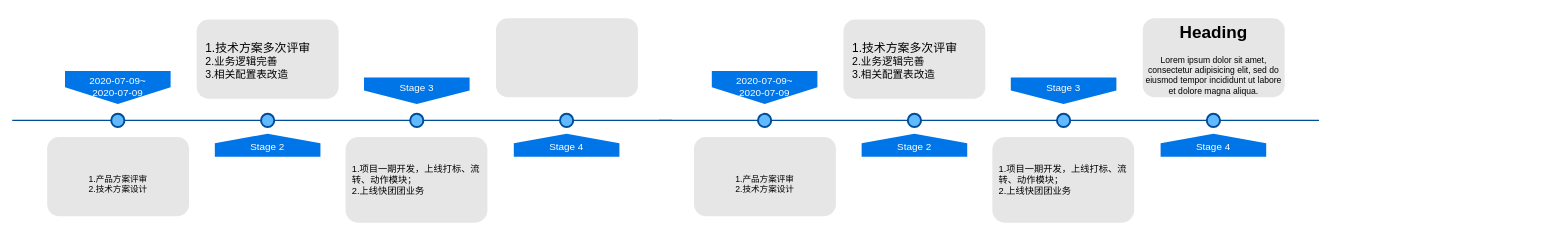
Above: 架构设计/项目周期图.drawio in haiyunzhu/javaKnowledge (draw.io), before the change. Source tidied: cells renumbered, new cells numbered last; positions are measured from the earlier drawing's top-left corner, leaving out a move shared by most shapes. Both pictures are drawn from the tidied source at 66%, with x=0, y=0 at pixel (12, 18).
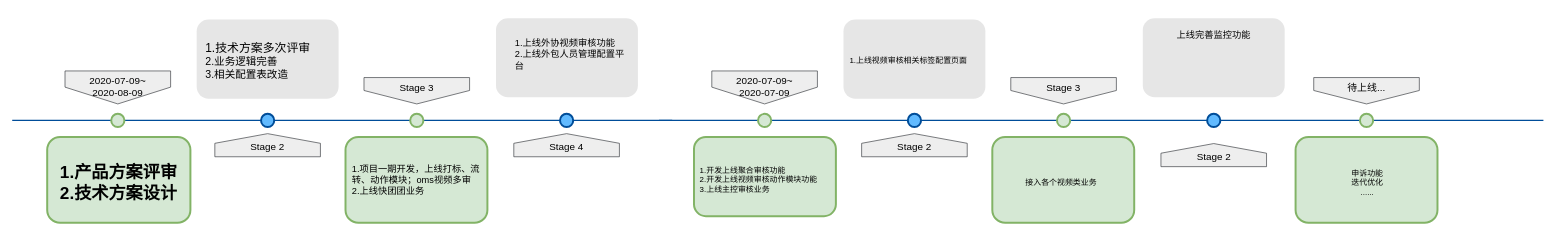
The same page after the edit.

Commit message:
项目周期图.drawio

Diff of the diagram source:
```diff
@@
-    <mxCell id="3" value="2020-07-09~&lt;br&gt;2020-07-09" style="shape=offPageConnector;whiteSpace=wrap;html=1;fillColor=#0075E8;fontSize=15;fontColor=#FFFFFF;size=0.5093750000000015;verticalAlign=top;strokeColor=none;" parent="1" vertex="1">
+    <mxCell id="3" value="2020-07-09~&lt;br&gt;2020-08-09" style="shape=offPageConnector;whiteSpace=wrap;html=1;fillColor=#eeeeee;fontSize=15;size=0.5093750000000015;verticalAlign=top;strokeColor=#36393d;" parent="1" vertex="1">
       <mxGeometry x="80" y="80" width="160" height="50" as="geometry" />
     </mxCell>
-    <mxCell id="4" value="&lt;span&gt;Stage 3&lt;/span&gt;" style="shape=offPageConnector;whiteSpace=wrap;html=1;fillColor=#0075E8;fontSize=15;fontColor=#FFFFFF;size=0.5093750000000015;verticalAlign=top;strokeColor=none;" parent="1" vertex="1">
+    <mxCell id="4" value="&lt;span&gt;Stage 3&lt;/span&gt;" style="shape=offPageConnector;whiteSpace=wrap;html=1;fillColor=#eeeeee;fontSize=15;size=0.5093750000000015;verticalAlign=top;strokeColor=#36393d;" parent="1" vertex="1">
       <mxGeometry x="533" y="90" width="160" height="40" as="geometry" />
     </mxCell>
-    <mxCell id="5" value="&lt;span&gt;Stage 2&lt;/span&gt;" style="shape=offPageConnector;whiteSpace=wrap;html=1;fillColor=#0075E8;fontSize=15;fontColor=#FFFFFF;size=0.4178571428571445;flipV=1;verticalAlign=bottom;strokeColor=none;spacingBottom=4;" parent="1" vertex="1">
+    <mxCell id="5" value="&lt;span&gt;Stage 2&lt;/span&gt;" style="shape=offPageConnector;whiteSpace=wrap;html=1;fillColor=#eeeeee;fontSize=15;size=0.4178571428571445;flipV=1;verticalAlign=bottom;strokeColor=#36393d;spacingBottom=4;" parent="1" vertex="1">
       <mxGeometry x="307" y="175" width="160" height="35" as="geometry" />
     </mxCell>
-    <mxCell id="6" value="&lt;span&gt;Stage 4&lt;/span&gt;" style="shape=offPageConnector;whiteSpace=wrap;html=1;fillColor=#0075E8;fontSize=15;fontColor=#FFFFFF;size=0.4178571428571445;flipV=1;verticalAlign=bottom;strokeColor=none;spacingBottom=4;" parent="1" vertex="1">
+    <mxCell id="6" value="&lt;span&gt;Stage 4&lt;/span&gt;" style="shape=offPageConnector;whiteSpace=wrap;html=1;fillColor=#eeeeee;fontSize=15;size=0.4178571428571445;flipV=1;verticalAlign=bottom;strokeColor=#36393d;spacingBottom=4;" parent="1" vertex="1">
       <mxGeometry x="760" y="175" width="160" height="35" as="geometry" />
     </mxCell>
-    <mxCell id="7" style="ellipse;whiteSpace=wrap;html=1;fillColor=#61BAFF;fontSize=28;fontColor=#004D99;strokeWidth=3;strokeColor=#004D99;" parent="1" vertex="1">
+    <mxCell id="7" style="ellipse;whiteSpace=wrap;html=1;fillColor=#d5e8d4;fontSize=28;strokeWidth=3;strokeColor=#82b366;" parent="1" vertex="1">
       <mxGeometry x="150" y="145" width="20" height="20" as="geometry" />
     </mxCell>
@@
-    <mxCell id="9" style="ellipse;whiteSpace=wrap;html=1;fillColor=#61BAFF;fontSize=28;fontColor=#004D99;strokeWidth=3;strokeColor=#004D99;" parent="1" vertex="1">
+    <mxCell id="9" style="ellipse;whiteSpace=wrap;html=1;fillColor=#d5e8d4;fontSize=28;strokeWidth=3;strokeColor=#82b366;" parent="1" vertex="1">
       <mxGeometry x="603" y="145" width="20" height="20" as="geometry" />
     </mxCell>
@@
-    <mxCell id="11" value="&lt;h1&gt;&lt;br&gt;&lt;/h1&gt;&lt;div&gt;1.产品方案评审&lt;/div&gt;&lt;div&gt;2.技术方案设计&lt;/div&gt;&lt;div&gt;&lt;br&gt;&lt;/div&gt;" style="text;html=1;spacing=5;spacingTop=-20;whiteSpace=wrap;overflow=hidden;strokeColor=none;strokeWidth=3;fillColor=#E6E6E6;fontSize=13;fontColor=#000000;align=center;rounded=1;" parent="1" vertex="1">
-      <mxGeometry x="53" y="180" width="215" height="120" as="geometry" />
+    <mxCell id="11" value="&lt;h1&gt;&lt;div&gt;&lt;br&gt;&lt;/div&gt;&lt;div&gt;1.产品方案评审&lt;/div&gt;&lt;div&gt;2.技术方案设计&lt;/div&gt;&lt;/h1&gt;" style="text;html=1;spacing=5;spacingTop=-20;whiteSpace=wrap;overflow=hidden;strokeColor=#82b366;strokeWidth=3;fillColor=#d5e8d4;fontSize=13;align=center;rounded=1;" parent="1" vertex="1">
+      <mxGeometry x="53" y="180" width="217" height="130" as="geometry" />
     </mxCell>
-    <mxCell id="12" value="&lt;h1&gt;&lt;br&gt;&lt;/h1&gt;" style="text;html=1;spacing=5;spacingTop=-20;whiteSpace=wrap;overflow=hidden;strokeColor=none;strokeWidth=3;fillColor=#E6E6E6;fontSize=13;fontColor=#000000;align=center;rounded=1;" parent="1" vertex="1">
+    <mxCell id="12" value="&lt;h1&gt;&lt;br&gt;&lt;/h1&gt;" style="text;html=1;spacing=5;spacingTop=-20;whiteSpace=wrap;overflow=hidden;strokeColor=#82b366;strokeWidth=3;fillColor=#d5e8d4;fontSize=13;align=center;rounded=1;" parent="1" vertex="1">
       <mxGeometry x="505" y="180" width="215" height="130" as="geometry" />
     </mxCell>
@@
-    <mxCell id="14" value="&lt;font style=&quot;font-size: 14px&quot;&gt;1.项目一期开发，上线打标、流转、动作模块；&lt;br&gt;2.上线快团团业务&lt;/font&gt;" style="text;html=1;strokeColor=none;fillColor=none;align=left;verticalAlign=middle;whiteSpace=wrap;rounded=0;" parent="1" vertex="1">
+    <mxCell id="14" value="&lt;font style=&quot;font-size: 14px&quot;&gt;1.项目一期开发，上线打标、流转、动作模块；oms视频多审&lt;br&gt;2.上线快团团业务&lt;/font&gt;" style="text;html=1;strokeColor=none;fillColor=none;align=left;verticalAlign=middle;whiteSpace=wrap;rounded=0;" parent="1" vertex="1">
       <mxGeometry x="512.5" y="190" width="197.5" height="110" as="geometry" />
     </mxCell>
@@
     <mxCell id="17" style="line;strokeWidth=2;html=1;fillColor=none;fontSize=28;fontColor=#004D99;strokeColor=#004D99;" parent="1" vertex="1">
-      <mxGeometry x="980" y="150" width="1000" height="10" as="geometry" />
+      <mxGeometry x="980" y="150" width="1340" height="10" as="geometry" />
     </mxCell>
-    <mxCell id="18" value="2020-07-09~&lt;br&gt;2020-07-09" style="shape=offPageConnector;whiteSpace=wrap;html=1;fillColor=#0075E8;fontSize=15;fontColor=#FFFFFF;size=0.5093750000000015;verticalAlign=top;strokeColor=none;" parent="1" vertex="1">
+    <mxCell id="18" value="2020-07-09~&lt;br&gt;2020-07-09" style="shape=offPageConnector;whiteSpace=wrap;html=1;fillColor=#eeeeee;fontSize=15;size=0.5093750000000015;verticalAlign=top;strokeColor=#36393d;" parent="1" vertex="1">
       <mxGeometry x="1060" y="80" width="160" height="50" as="geometry" />
     </mxCell>
-    <mxCell id="19" value="&lt;span&gt;Stage 3&lt;/span&gt;" style="shape=offPageConnector;whiteSpace=wrap;html=1;fillColor=#0075E8;fontSize=15;fontColor=#FFFFFF;size=0.5093750000000015;verticalAlign=top;strokeColor=none;" parent="1" vertex="1">
+    <mxCell id="19" value="&lt;span&gt;Stage 3&lt;/span&gt;" style="shape=offPageConnector;whiteSpace=wrap;html=1;fillColor=#eeeeee;fontSize=15;size=0.5093750000000015;verticalAlign=top;strokeColor=#36393d;" parent="1" vertex="1">
       <mxGeometry x="1513" y="90" width="160" height="40" as="geometry" />
     </mxCell>
-    <mxCell id="20" value="&lt;span&gt;Stage 2&lt;/span&gt;" style="shape=offPageConnector;whiteSpace=wrap;html=1;fillColor=#0075E8;fontSize=15;fontColor=#FFFFFF;size=0.4178571428571445;flipV=1;verticalAlign=bottom;strokeColor=none;spacingBottom=4;" parent="1" vertex="1">
+    <mxCell id="20" value="&lt;span&gt;Stage 2&lt;/span&gt;" style="shape=offPageConnector;whiteSpace=wrap;html=1;fillColor=#eeeeee;fontSize=15;size=0.4178571428571445;flipV=1;verticalAlign=bottom;strokeColor=#36393d;spacingBottom=4;" parent="1" vertex="1">
       <mxGeometry x="1287" y="175" width="160" height="35" as="geometry" />
     </mxCell>
-    <mxCell id="21" value="&lt;span&gt;Stage 4&lt;/span&gt;" style="shape=offPageConnector;whiteSpace=wrap;html=1;fillColor=#0075E8;fontSize=15;fontColor=#FFFFFF;size=0.4178571428571445;flipV=1;verticalAlign=bottom;strokeColor=none;spacingBottom=4;" parent="1" vertex="1">
-      <mxGeometry x="1740" y="175" width="160" height="35" as="geometry" />
-    </mxCell>
-    <mxCell id="22" style="ellipse;whiteSpace=wrap;html=1;fillColor=#61BAFF;fontSize=28;fontColor=#004D99;strokeWidth=3;strokeColor=#004D99;" parent="1" vertex="1">
+    <mxCell id="22" style="ellipse;whiteSpace=wrap;html=1;fillColor=#d5e8d4;fontSize=28;strokeWidth=3;strokeColor=#82b366;" parent="1" vertex="1">
       <mxGeometry x="1130" y="145" width="20" height="20" as="geometry" />
     </mxCell>
@@
-    <mxCell id="24" style="ellipse;whiteSpace=wrap;html=1;fillColor=#61BAFF;fontSize=28;fontColor=#004D99;strokeWidth=3;strokeColor=#004D99;" parent="1" vertex="1">
+    <mxCell id="24" style="ellipse;whiteSpace=wrap;html=1;fillColor=#d5e8d4;fontSize=28;strokeWidth=3;strokeColor=#82b366;" parent="1" vertex="1">
       <mxGeometry x="1583" y="145" width="20" height="20" as="geometry" />
     </mxCell>
-    <mxCell id="25" style="ellipse;whiteSpace=wrap;html=1;fillColor=#61BAFF;fontSize=28;fontColor=#004D99;strokeWidth=3;strokeColor=#004D99;" parent="1" vertex="1">
-      <mxGeometry x="1810" y="145" width="20" height="20" as="geometry" />
+    <mxCell id="25" style="ellipse;whiteSpace=wrap;html=1;fillColor=#d5e8d4;fontSize=28;strokeWidth=3;strokeColor=#82b366;" parent="1" vertex="1">
+      <mxGeometry x="2042" y="145" width="20" height="20" as="geometry" />
     </mxCell>
-    <mxCell id="26" value="&lt;h1&gt;&lt;br&gt;&lt;/h1&gt;&lt;div&gt;1.产品方案评审&lt;/div&gt;&lt;div&gt;2.技术方案设计&lt;/div&gt;&lt;div&gt;&lt;br&gt;&lt;/div&gt;" style="text;html=1;spacing=5;spacingTop=-20;whiteSpace=wrap;overflow=hidden;strokeColor=none;strokeWidth=3;fillColor=#E6E6E6;fontSize=13;fontColor=#000000;align=center;rounded=1;" parent="1" vertex="1">
+    <mxCell id="26" value="&lt;h1&gt;&lt;br&gt;&lt;/h1&gt;" style="text;html=1;spacing=5;spacingTop=-20;whiteSpace=wrap;overflow=hidden;strokeColor=#82b366;strokeWidth=3;fillColor=#d5e8d4;fontSize=13;align=center;rounded=1;" parent="1" vertex="1">
       <mxGeometry x="1033" y="180" width="215" height="120" as="geometry" />
     </mxCell>
-    <mxCell id="27" value="&lt;h1&gt;&lt;br&gt;&lt;/h1&gt;" style="text;html=1;spacing=5;spacingTop=-20;whiteSpace=wrap;overflow=hidden;strokeColor=none;strokeWidth=3;fillColor=#E6E6E6;fontSize=13;fontColor=#000000;align=center;rounded=1;" parent="1" vertex="1">
+    <mxCell id="27" value="&lt;h1&gt;&lt;br&gt;&lt;/h1&gt;" style="text;html=1;spacing=5;spacingTop=-20;whiteSpace=wrap;overflow=hidden;strokeColor=#82b366;strokeWidth=3;fillColor=#d5e8d4;fontSize=13;align=center;rounded=1;" parent="1" vertex="1">
       <mxGeometry x="1485" y="180" width="215" height="130" as="geometry" />
     </mxCell>
-    <mxCell id="28" value="&lt;h1&gt;Heading&lt;/h1&gt;&lt;p&gt;Lorem ipsum dolor sit amet, consectetur adipisicing elit, sed do eiusmod tempor incididunt ut labore et dolore magna aliqua.&lt;/p&gt;" style="text;html=1;spacing=5;spacingTop=-20;whiteSpace=wrap;overflow=hidden;strokeColor=none;strokeWidth=3;fillColor=#E6E6E6;fontSize=13;fontColor=#000000;align=center;rounded=1;" parent="1" vertex="1">
+    <mxCell id="28" value="&lt;h1&gt;&lt;span style=&quot;font-size: 14px ; font-weight: 400 ; text-align: left&quot;&gt;上线完善监控功能&lt;/span&gt;&lt;br&gt;&lt;/h1&gt;" style="text;html=1;spacing=5;spacingTop=-20;whiteSpace=wrap;overflow=hidden;strokeColor=none;strokeWidth=3;fillColor=#E6E6E6;fontSize=13;fontColor=#000000;align=center;rounded=1;" parent="1" vertex="1">
       <mxGeometry x="1713" width="215" height="120" as="geometry" />
     </mxCell>
-    <mxCell id="29" value="&lt;font style=&quot;font-size: 14px&quot;&gt;1.项目一期开发，上线打标、流转、动作模块；&lt;br&gt;2.上线快团团业务&lt;/font&gt;" style="text;html=1;strokeColor=none;fillColor=none;align=left;verticalAlign=middle;whiteSpace=wrap;rounded=0;" parent="1" vertex="1">
-      <mxGeometry x="1492.5" y="190" width="197.5" height="110" as="geometry" />
-    </mxCell>
@@
-    <mxCell id="31" value="&lt;div style=&quot;text-align: left&quot;&gt;&lt;font style=&quot;font-size: 18px&quot;&gt;&lt;span style=&quot;text-align: center&quot;&gt;1.&lt;/span&gt;&lt;span style=&quot;font-family: &amp;#34;helvetica&amp;#34; ; text-align: center&quot;&gt;技术方案多次评审&lt;/span&gt;&lt;/font&gt;&lt;/div&gt;&lt;font size=&quot;3&quot;&gt;&lt;span style=&quot;font-family: &amp;#34;helvetica&amp;#34; ; text-align: center&quot;&gt;2.业务逻辑完善&lt;br&gt;&lt;/span&gt;&lt;span style=&quot;font-family: &amp;#34;helvetica&amp;#34; ; text-align: center&quot;&gt;3.相关配置表改造&lt;/span&gt;&lt;/font&gt;&lt;span style=&quot;font-family: &amp;#34;helvetica&amp;#34; ; font-size: 13px ; text-align: center&quot;&gt;&lt;br&gt;&lt;/span&gt;" style="text;html=1;strokeColor=none;fillColor=none;align=left;verticalAlign=middle;whiteSpace=wrap;rounded=0;" parent="1" vertex="1">
-      <mxGeometry x="1271" y="20" width="190" height="90" as="geometry" />
-    </mxCell>
+    <mxCell id="32" value="&lt;font style=&quot;font-size: 14px&quot;&gt;1.上线外协视频审核功能&lt;br&gt;2.上线外包人员管理配置平台&lt;/font&gt;" style="text;html=1;strokeColor=none;fillColor=none;align=left;verticalAlign=middle;whiteSpace=wrap;rounded=0;" parent="1" vertex="1">
+      <mxGeometry x="760" y="10" width="170" height="90" as="geometry" />
+    </mxCell>
+    <mxCell id="33" value="1.开发上线聚合审核功能&lt;br&gt;2.开发上线视频审核动作模块功能&lt;br&gt;3.上线主控审核业务" style="text;html=1;strokeColor=none;fillColor=none;align=left;verticalAlign=middle;whiteSpace=wrap;rounded=0;" parent="1" vertex="1">
+      <mxGeometry x="1040" y="210" width="190" height="70" as="geometry" />
+    </mxCell>
+    <mxCell id="34" value="1.上线视频审核相关标签配置页面" style="text;html=1;strokeColor=none;fillColor=none;align=left;verticalAlign=middle;whiteSpace=wrap;rounded=0;" parent="1" vertex="1">
+      <mxGeometry x="1267" y="30" width="180" height="70" as="geometry" />
+    </mxCell>
+    <mxCell id="35" value="&lt;span&gt;待上线...&lt;/span&gt;" style="shape=offPageConnector;whiteSpace=wrap;html=1;fillColor=#eeeeee;fontSize=15;size=0.5093750000000015;verticalAlign=top;strokeColor=#36393d;" parent="1" vertex="1">
+      <mxGeometry x="1972" y="90" width="160" height="40" as="geometry" />
+    </mxCell>
+    <mxCell id="36" style="ellipse;whiteSpace=wrap;html=1;fillColor=#61BAFF;fontSize=28;fontColor=#004D99;strokeWidth=3;strokeColor=#004D99;" parent="1" vertex="1">
+      <mxGeometry x="1810.5" y="145" width="20" height="20" as="geometry" />
+    </mxCell>
+    <mxCell id="37" value="&lt;h1&gt;&lt;br&gt;&lt;/h1&gt;" style="text;html=1;spacing=5;spacingTop=-20;whiteSpace=wrap;overflow=hidden;strokeColor=#82b366;strokeWidth=3;fillColor=#d5e8d4;fontSize=13;align=center;rounded=1;" parent="1" vertex="1">
+      <mxGeometry x="1944.5" y="180" width="215" height="130" as="geometry" />
+    </mxCell>
+    <mxCell id="38" value="接入各个视频类业务" style="text;html=1;strokeColor=none;fillColor=none;align=center;verticalAlign=middle;whiteSpace=wrap;rounded=0;" parent="1" vertex="1">
+      <mxGeometry x="1506" y="215" width="167" height="70" as="geometry" />
+    </mxCell>
+    <mxCell id="39" value="申诉功能&lt;br&gt;迭代优化&lt;br&gt;......" style="text;html=1;strokeColor=none;fillColor=none;align=center;verticalAlign=middle;whiteSpace=wrap;rounded=0;" parent="1" vertex="1">
+      <mxGeometry x="1990" y="220" width="127" height="60" as="geometry" />
+    </mxCell>
+    <mxCell id="40" value="&lt;span&gt;Stage 2&lt;/span&gt;" style="shape=offPageConnector;whiteSpace=wrap;html=1;fillColor=#eeeeee;fontSize=15;size=0.4178571428571445;flipV=1;verticalAlign=bottom;strokeColor=#36393d;spacingBottom=4;" parent="1" vertex="1">
+      <mxGeometry x="1740.5" y="190" width="160" height="35" as="geometry" />
+    </mxCell>
```
